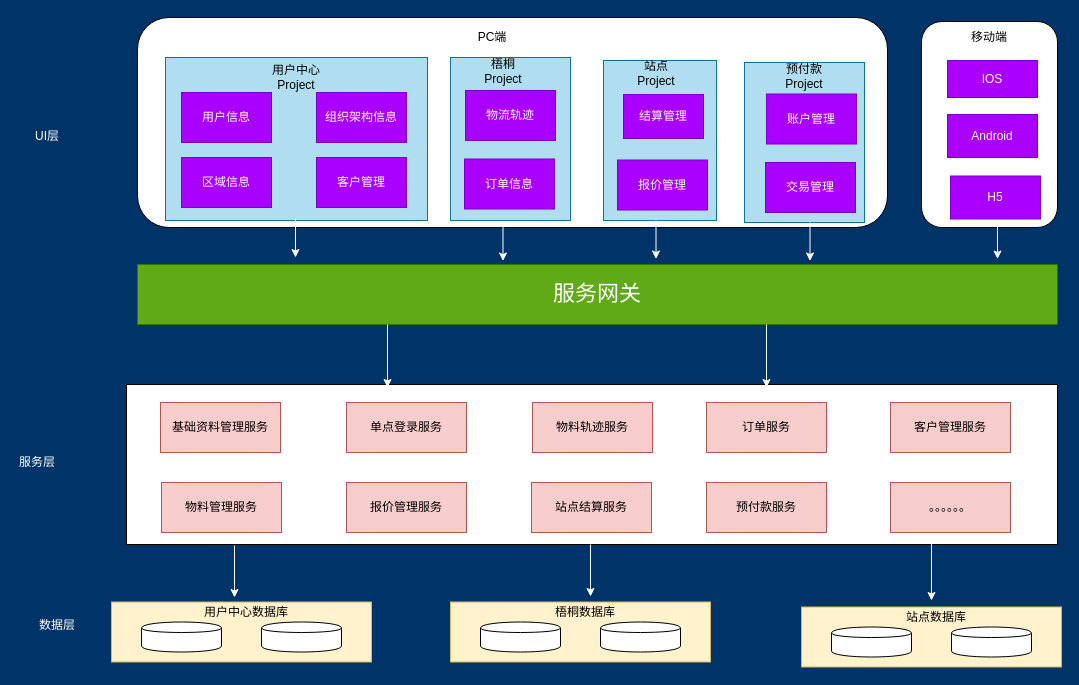
Before: 2019/微服务架构.drawio in Godricm/BuDingDesign, a draw.io diagram. Source tidied: cells renumbered, new cells numbered last; positions are measured from the earlier drawing's top-left corner, leaving out a move shared by most shapes. Both pictures are drawn from the tidied source at 100%, with x=0, y=0 at pixel (17, 17).
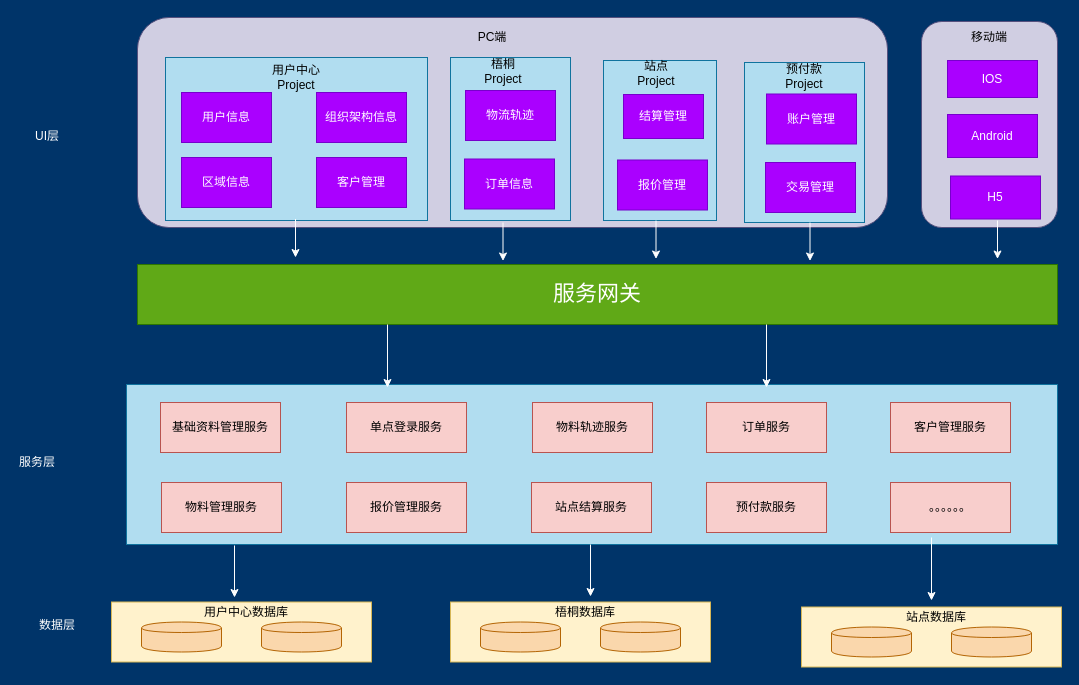
The same diagram, later.

Commit message (it also covers changes not shown here):
更新微服务架构.drawio

The edit, as a diff of the source:
```diff
@@
-    <mxCell id="3" style="shape=cylinder;whiteSpace=wrap;html=1;boundedLbl=1;backgroundOutline=1;" parent="1" vertex="1">
+    <mxCell id="3" style="shape=cylinder;whiteSpace=wrap;html=1;boundedLbl=1;backgroundOutline=1;fillColor=#fad7ac;strokeColor=#b46504;" parent="1" vertex="1">
       <mxGeometry x="244" y="604.5" width="80" height="30" as="geometry" />
     </mxCell>
-    <mxCell id="4" style="shape=cylinder;whiteSpace=wrap;html=1;boundedLbl=1;backgroundOutline=1;" parent="1" vertex="1">
+    <mxCell id="4" style="shape=cylinder;whiteSpace=wrap;html=1;boundedLbl=1;backgroundOutline=1;fillColor=#fad7ac;strokeColor=#b46504;" parent="1" vertex="1">
       <mxGeometry x="124" y="604.5" width="80" height="30" as="geometry" />
     </mxCell>
@@
-    <mxCell id="7" style="shape=cylinder;whiteSpace=wrap;html=1;boundedLbl=1;backgroundOutline=1;" parent="1" vertex="1">
+    <mxCell id="7" style="shape=cylinder;whiteSpace=wrap;html=1;boundedLbl=1;backgroundOutline=1;fillColor=#fad7ac;strokeColor=#b46504;" parent="1" vertex="1">
       <mxGeometry x="583" y="604.5" width="80" height="30" as="geometry" />
     </mxCell>
-    <mxCell id="8" style="shape=cylinder;whiteSpace=wrap;html=1;boundedLbl=1;backgroundOutline=1;" parent="1" vertex="1">
+    <mxCell id="8" style="shape=cylinder;whiteSpace=wrap;html=1;boundedLbl=1;backgroundOutline=1;fillColor=#fad7ac;strokeColor=#b46504;" parent="1" vertex="1">
       <mxGeometry x="463" y="604.5" width="80" height="30" as="geometry" />
     </mxCell>
@@
-    <mxCell id="11" style="shape=cylinder;whiteSpace=wrap;html=1;boundedLbl=1;backgroundOutline=1;" parent="1" vertex="1">
+    <mxCell id="11" style="shape=cylinder;whiteSpace=wrap;html=1;boundedLbl=1;backgroundOutline=1;fillColor=#fad7ac;strokeColor=#b46504;" parent="1" vertex="1">
       <mxGeometry x="934" y="609.5" width="80" height="30" as="geometry" />
     </mxCell>
-    <mxCell id="12" style="shape=cylinder;whiteSpace=wrap;html=1;boundedLbl=1;backgroundOutline=1;" parent="1" vertex="1">
+    <mxCell id="12" style="shape=cylinder;whiteSpace=wrap;html=1;boundedLbl=1;backgroundOutline=1;fillColor=#fad7ac;strokeColor=#b46504;" parent="1" vertex="1">
       <mxGeometry x="814" y="609.5" width="80" height="30" as="geometry" />
     </mxCell>
@@
-    <mxCell id="15" style="rounded=0;whiteSpace=wrap;html=1;fontColor=#FFFFFF;" parent="1" vertex="1">
+    <mxCell id="15" style="rounded=0;whiteSpace=wrap;html=1;fillColor=#b1ddf0;strokeColor=#10739e;" parent="1" vertex="1">
       <mxGeometry x="109" y="367" width="931" height="160" as="geometry" />
     </mxCell>
@@
-    <mxCell id="28" style="rounded=1;whiteSpace=wrap;html=1;fontColor=#FFFFFF;gradientColor=none;" parent="1" vertex="1">
+    <mxCell id="28" style="rounded=1;whiteSpace=wrap;html=1;fillColor=#d0cee2;strokeColor=#56517e;" parent="1" vertex="1">
       <mxGeometry x="120" width="750" height="210" as="geometry" />
     </mxCell>
@@
-    <mxCell id="48" style="rounded=1;whiteSpace=wrap;html=1;fontColor=#FFFFFF;" parent="1" vertex="1">
+    <mxCell id="48" style="rounded=1;whiteSpace=wrap;html=1;fillColor=#d0cee2;strokeColor=#56517e;" parent="1" vertex="1">
       <mxGeometry x="904" y="4" width="136" height="206" as="geometry" />
     </mxCell>
```
